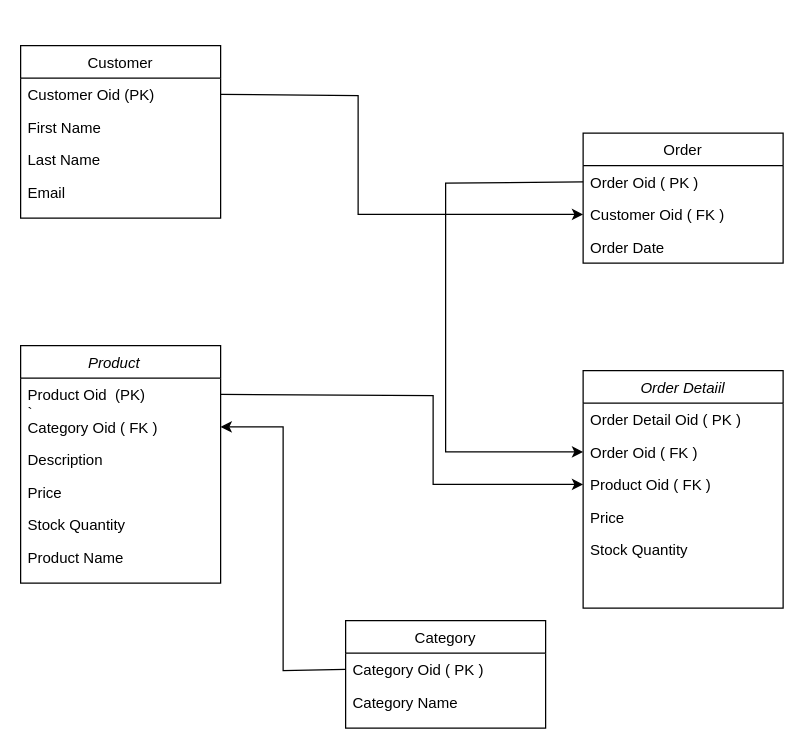
arizzadamm/AssetManagementRetail keeps this draw.io diagram as AssetManagementRetail.drawio. Above is the earlier version. Source tidied: cells renumbered, new cells numbered last; positions are measured from the earlier drawing's top-left corner, leaving out a move shared by most shapes. Both pictures are drawn from the tidied source at 125%, with x=0, y=0 at pixel (20, 45).
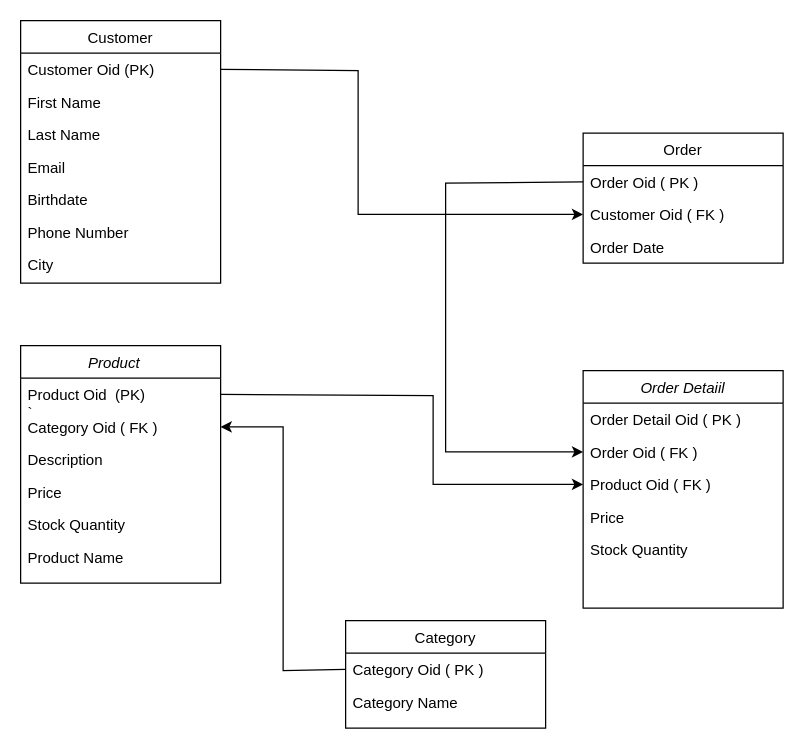
The same diagram, later.

The change refers to these unchanged cells:
```xml
<mxCell id="10" value="Customer Oid (PK)" style="text;align=left;verticalAlign=top;spacingLeft=4;spacingRight=4;overflow=hidden;points=[[0,0.5],[1,0.5]];portConstraint=eastwest;" parent="9" vertex="1">
  <mxGeometry y="26" width="160" height="26" as="geometry" />
</mxCell>
<mxCell id="16" value="Customer Oid ( FK )&#10;" style="text;align=left;verticalAlign=top;spacingLeft=4;spacingRight=4;overflow=hidden;points=[[0,0.5],[1,0.5]];portConstraint=eastwest;" parent="14" vertex="1">
  <mxGeometry y="52" width="160" height="26" as="geometry" />
</mxCell>
```

The edit, as a diff of the source:
```diff
@@
     <mxCell id="9" value="Customer" style="swimlane;fontStyle=0;align=center;verticalAlign=top;horizontal=1;startSize=26;rounded=0;shadow=0;strokeWidth=1;" parent="1" vertex="1">
-      <mxGeometry width="160" height="138" as="geometry" />
+      <mxGeometry y="-20" width="160" height="210" as="geometry" />
     </mxCell>
@@
+    <mxCell id="31" value="Birthdate    " style="text;align=left;verticalAlign=top;spacingLeft=4;spacingRight=4;overflow=hidden;rounded=0;shadow=0;html=0;" parent="9" vertex="1">
+      <mxGeometry y="130" width="160" height="26" as="geometry" />
+    </mxCell>
+    <mxCell id="32" value="Phone Number&#10;    " style="text;align=left;verticalAlign=top;spacingLeft=4;spacingRight=4;overflow=hidden;" parent="9" vertex="1">
+      <mxGeometry y="156" width="160" height="26" as="geometry" />
+    </mxCell>
+    <mxCell id="33" value="City    " style="text;align=left;verticalAlign=top;spacingLeft=4;spacingRight=4;overflow=hidden;" parent="9" vertex="1">
+      <mxGeometry y="182" width="160" height="26" as="geometry" />
+    </mxCell>
@@
     <mxCell id="30" style="endArrow=classic;html=1;rounded=0;exitX=1;exitY=0.5;exitDx=0;exitDy=0;entryX=0;entryY=0.5;entryDx=0;entryDy=0;" parent="1" edge="1" source="10" target="16">
       <mxGeometry relative="1" as="geometry">
         <Array as="points">
-          <mxPoint x="270" y="40" />
+          <mxPoint x="270" y="20" />
           <mxPoint x="270" y="135" />
         </Array>
       </mxGeometry>
     </mxCell>
```
